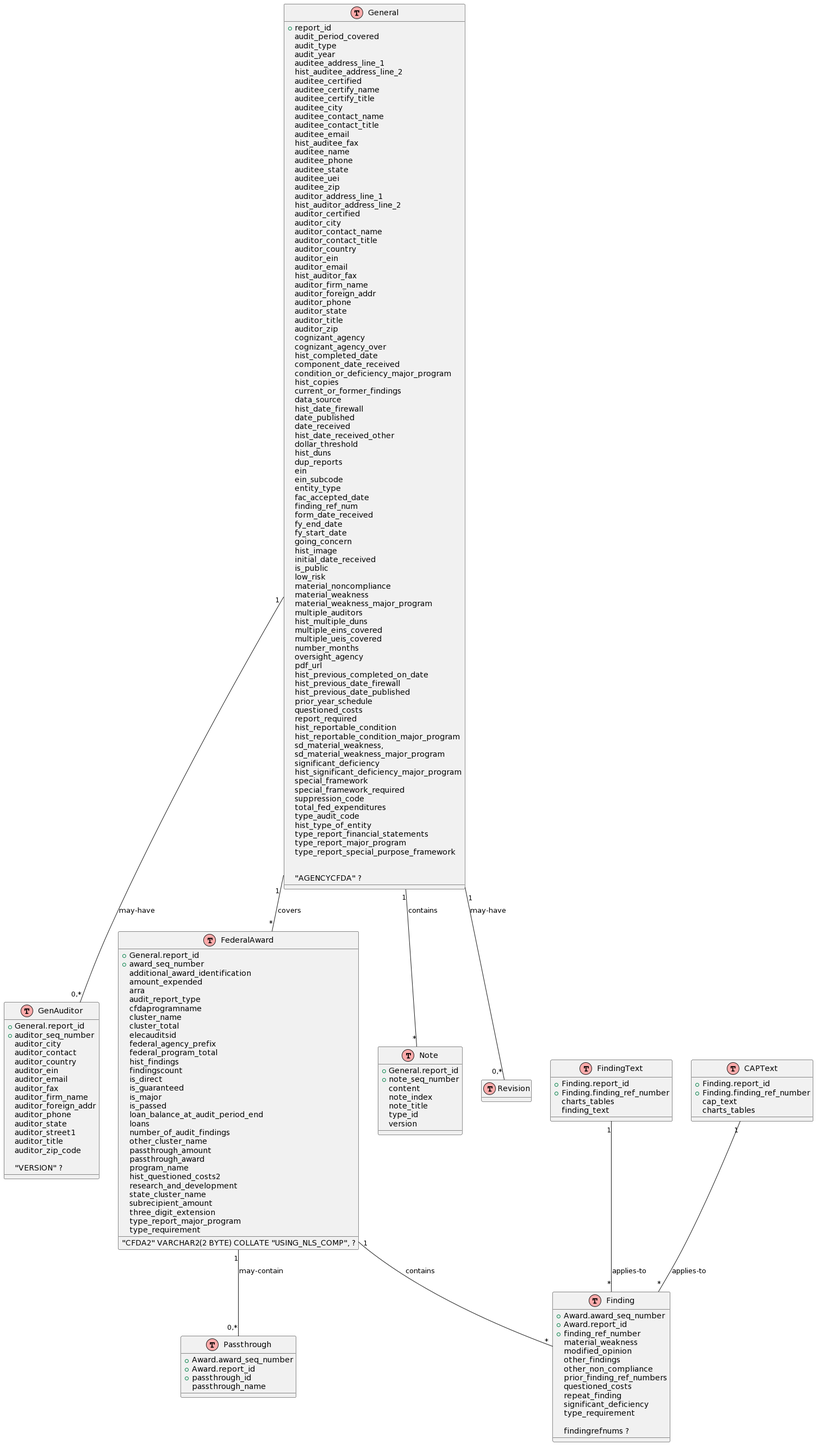
GSA-TTS/FAC keeps this PlantUML diagram as backend/dissemination/data-model/Data Model.png. Above is the earlier version.
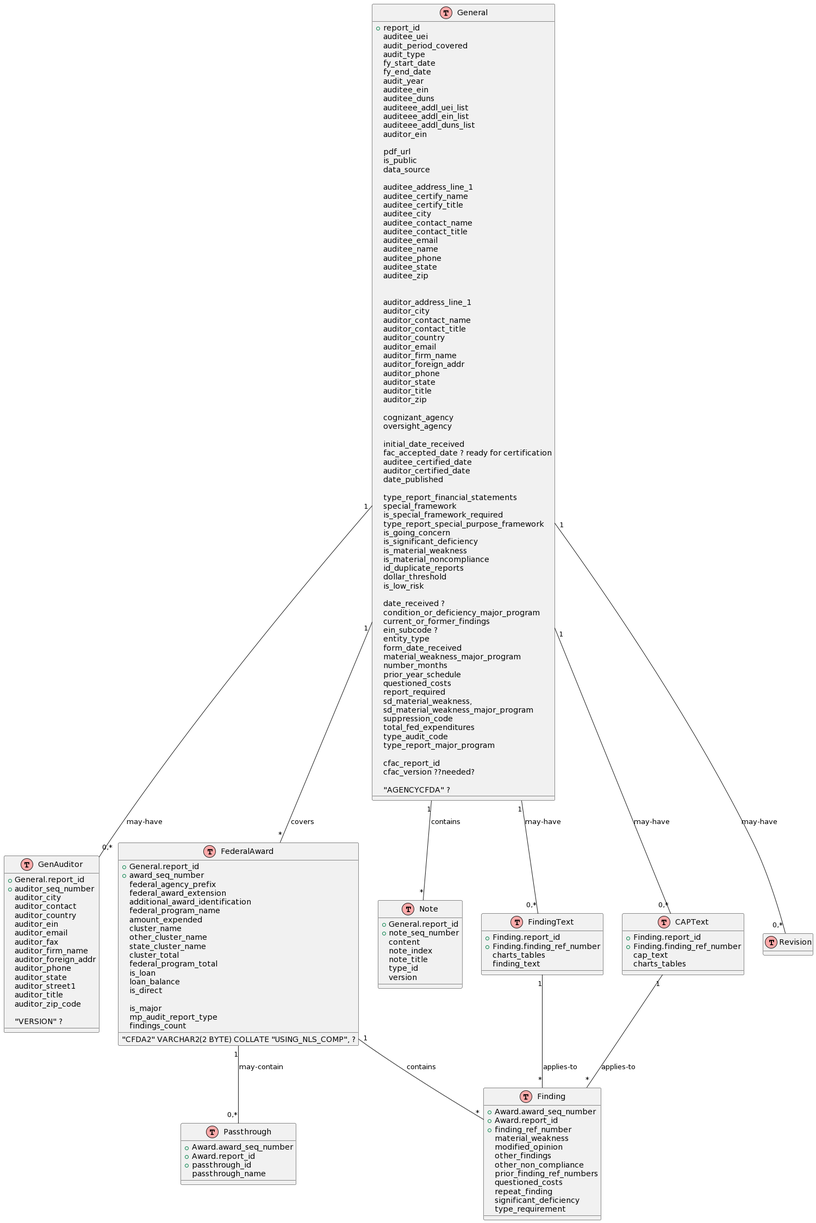
After the commit.

Commit message:
Reviewed General in fac.md

The edit, as a diff of the source:
```diff
@@ -7,100 +7,90 @@
 
 TABLE(General, "General") {
     + report_id
+    auditee_uei
     audit_period_covered
     audit_type
-    audit_year                        /'22 AUDITYEAR '/
+    fy_start_date
+    fy_end_date
+    audit_year                   /'22 AUDITYEAR '/
+    auditee_ein
+    auditee_duns
+    auditeee_addl_uei_list
+    auditeee_addl_ein_list
+    auditeee_addl_duns_list
+    auditor_ein
+
+    pdf_url                           /' GFAC '/
+    is_public
+    data_source                       /'GFAC or CFAC '/
+
     auditee_address_line_1
-    hist_auditee_address_line_2            /' STREET2 Historic data '/
-    auditee_certified                 /' 22 AUDITEEDATESIGNED. AUDITEEDATESIGNED is derived by certification status timestamp'/
     auditee_certify_name
     auditee_certify_title
     auditee_city
     auditee_contact_name
     auditee_contact_title             /'22 AUDITEENAMETITLE and AUDITEETITLE'/
     auditee_email
-    hist_auditee_fax                       /' Historic data '/
     auditee_name
     auditee_phone
     auditee_state
-    auditee_uei
     auditee_zip
+
+
     auditor_address_line_1
-    hist_auditor_address_line_2            /' CPASTREET2 Historic data '/
-    auditor_certified                 /' 22 CPADATESIGNED. CPADATESIGNED is derived by certification status timestamp'/
     auditor_city
     auditor_contact_name
     auditor_contact_title             /' 22 CPANAMETITLE '/
     auditor_country
-    auditor_ein
     auditor_email
-    hist_auditor_fax                       /' Historic data '/
     auditor_firm_name
     auditor_foreign_addr              /' 22 CPAFOREIGN'/
     auditor_phone
     auditor_state
     auditor_title
     auditor_zip
+
     cognizant_agency
-    cognizant_agency_over             /' 22 COG_OVER '/
-    hist_completed_date                    /' Historic data '/
-    component_date_received           /' Historic data '/
+    oversight_agency
+
+    initial_date_received
+    fac_accepted_date ? ready for certification
+    auditee_certified_date
+    auditor_certified_date
+    date_published
+
+    type_report_financial_statements
+    special_framework
+    is_special_framework_required
+    type_report_special_purpose_framework
+    is_going_concern
+    is_significant_deficiency
+    is_material_weakness
+    is_material_noncompliance
+    id_duplicate_reports
+    dollar_threshold
+    is_low_risk
+
+    date_received ?
     condition_or_deficiency_major_program
-    hist_copies                            /' Historic data '/
     current_or_former_findings        /'22 CYFINDINGS '/
-    data_source                       /'GFAC or CFAC '/
-    hist_date_firewall                     /' Historic data '/
-    date_published
-    date_received
-    hist_date_received_other               /' Historic data '/
-    dollar_threshold
-    hist_duns                              /' Historic data '/
-    dup_reports
-    ein
-    ein_subcode
+    ein_subcode ?
     entity_type
-    fac_accepted_date
-    finding_ref_num
     form_date_received
-    fy_end_date
-    fy_start_date
-    going_concern
-    hist_image                             /' Historic data '/
-    initial_date_received
-    is_public
-    low_risk
-    material_noncompliance
-    material_weakness
     material_weakness_major_program
-    multiple_auditors                 /'22 MULTIPLE_CPAS '/
-    hist_multiple_duns                     /' Historic data '/
-    multiple_eins_covered
-    multiple_ueis_covered
     number_months
-    oversight_agency
-    pdf_url                           /' GFAC '/
-    hist_previous_completed_on_date    /' Historic data '/
-    hist_previous_date_firewall            /' Historic data '/
-    hist_previous_date_published           /' Historic data '/
     prior_year_schedule
     questioned_costs
     report_required
-    hist_reportable_condition              /' Historic data '/
-    hist_reportable_condition_major_program    /' Historic data '/
     sd_material_weakness,
     sd_material_weakness_major_program
-    significant_deficiency
-    hist_significant_deficiency_major_program  /' Historic data.  22 SIGNIFICANTDEFICIENCY_MP '/
-    special_framework
-    special_framework_required
     suppression_code
     total_fed_expenditures
     type_audit_code
-    hist_type_of_entity                    /' Historic data '/
-    type_report_financial_statements
     type_report_major_program
-    type_report_special_purpose_framework
 
+    cfac_report_id
+    cfac_version ??needed?
 
   "AGENCYCFDA" ?
 
@@ -130,36 +120,23 @@
 TABLE(Award, "FederalAward") {
   + General.report_id
   + award_seq_number
+  federal_agency_prefix
+  federal_award_extension
   additional_award_identification
+  federal_program_name
   amount_expended
-  arra
-  audit_report_type
-  cfdaprogramname
   cluster_name
+  other_cluster_name
+  state_cluster_name
   cluster_total
-  elecauditsid
-  federal_agency_prefix
   federal_program_total
-  hist_findings                                    /' Historic data '/
-  findingscount
+  is_loan
+  loan_balance
   is_direct
-  is_guaranteed
+
   is_major
-  is_passed
-  loan_balance_at_audit_period_end
-  loans
-  number_of_audit_findings
-  other_cluster_name
-  passthrough_amount
-  passthrough_award
-  program_name
-  hist_questioned_costs2                             /' Historic data '/
-  research_and_development
-  state_cluster_name
-  subrecipient_amount
-  three_digit_extension
-  type_report_major_program
-  type_requirement
+  mp_audit_report_type
+  findings_count
 
 
   "CFDA2" VARCHAR2(2 BYTE) COLLATE "USING_NLS_COMP", ?
@@ -187,7 +164,6 @@
   significant_deficiency
   type_requirement
 
-  findingrefnums ?
 }
 
 TABLE(Note, "Note") {
@@ -222,6 +198,8 @@
 General "1" -- "*" Award : covers
 General "1" -- "0,*" Auditor : may-have
 General "1" -- "0,*" Revision : may-have
+General "1" -- "0,*" FindingText : may-have
+General "1" -- "0,*" CAPText : may-have
 Award "1" -- "0,*" Passthrough : may-contain
 Award "1" -- "*" Finding : contains
 General "1" -- "*" Note : contains
```
